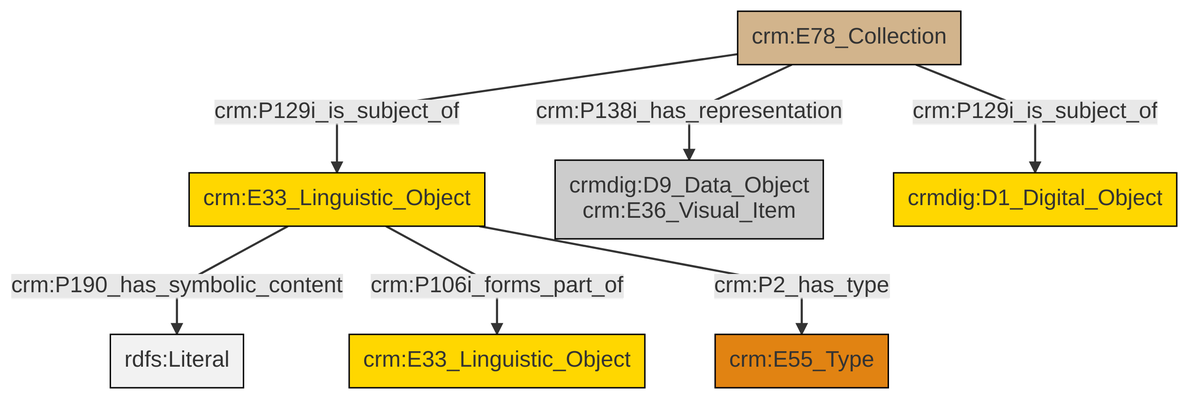
Earlier version of the Mermaid export et/archivalCSV/ttl/mmd/png/archival_docs.png (swiss-art-research-net/docs.swissartresearch). Its source is kept beside it as et/archivalCSV/ttl/mmd/archival_docs.ttl.mmd.
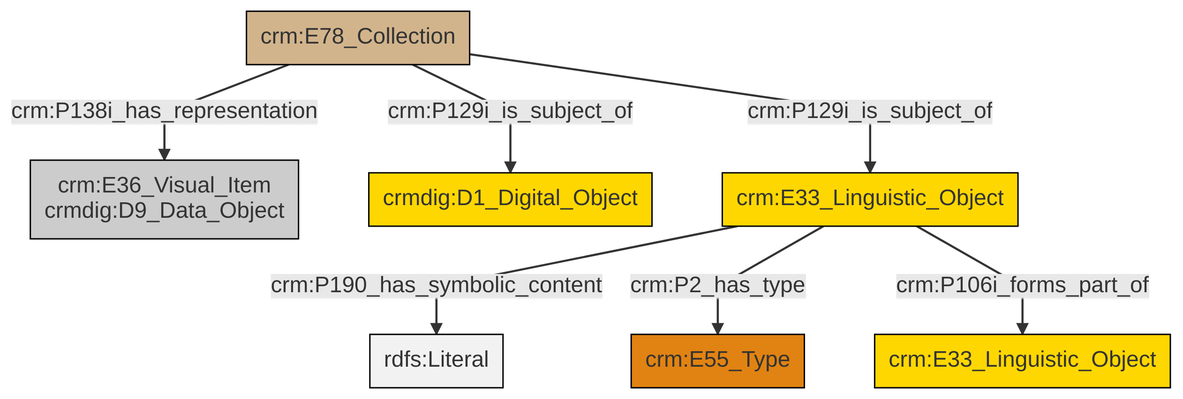
After the change.

The edit, as a diff of the source:
```diff
@@ -13,9 +13,9 @@
 classDef PC_Classes fill:#4ce600, stroke:#000000;
 classDef Multi fill:#cccccc,stroke:#000000;
 
-2["crm:E33_Linguistic_Object"]:::Conceptual_Object -->|crm:P190_has_symbolic_content| 8[rdfs:Literal]:::Literal
-2["crm:E33_Linguistic_Object"]:::Conceptual_Object -->|crm:P106i_forms_part_of| 4["crm:E33_Linguistic_Object"]:::Conceptual_Object
-6["crm:E78_Collection"]:::Physical_Thing -->|crm:P138i_has_representation| 10["crmdig:D9_Data_Object<br>crm:E36_Visual_Item"]:::Multi
-6["crm:E78_Collection"]:::Physical_Thing -->|crm:P129i_is_subject_of| 2["crm:E33_Linguistic_Object"]:::Conceptual_Object
-6["crm:E78_Collection"]:::Physical_Thing -->|crm:P129i_is_subject_of| 12["crmdig:D1_Digital_Object"]:::Conceptual_Object
-2["crm:E33_Linguistic_Object"]:::Conceptual_Object -->|crm:P2_has_type| 0["crm:E55_Type"]:::Type
+0["crm:E78_Collection"]:::Physical_Thing -->|crm:P138i_has_representation| 1["crm:E36_Visual_Item<br>crmdig:D9_Data_Object"]:::Multi
+5["crm:E33_Linguistic_Object"]:::Conceptual_Object -->|crm:P190_has_symbolic_content| 6[rdfs:Literal]:::Literal
+0["crm:E78_Collection"]:::Physical_Thing -->|crm:P129i_is_subject_of| 2["crmdig:D1_Digital_Object"]:::Conceptual_Object
+5["crm:E33_Linguistic_Object"]:::Conceptual_Object -->|crm:P2_has_type| 7["crm:E55_Type"]:::Type
+5["crm:E33_Linguistic_Object"]:::Conceptual_Object -->|crm:P106i_forms_part_of| 10["crm:E33_Linguistic_Object"]:::Conceptual_Object
+0["crm:E78_Collection"]:::Physical_Thing -->|crm:P129i_is_subject_of| 5["crm:E33_Linguistic_Object"]:::Conceptual_Object
```
